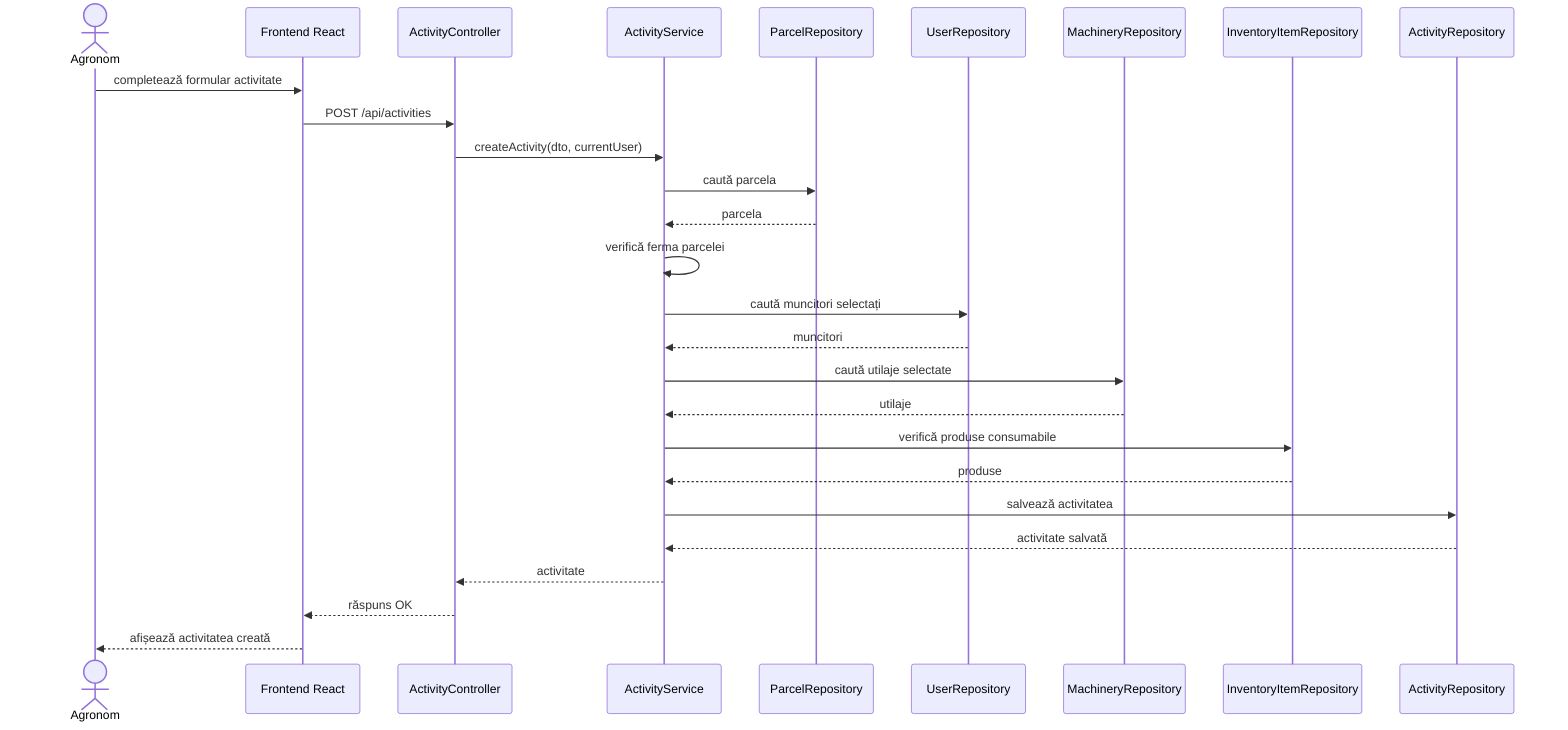
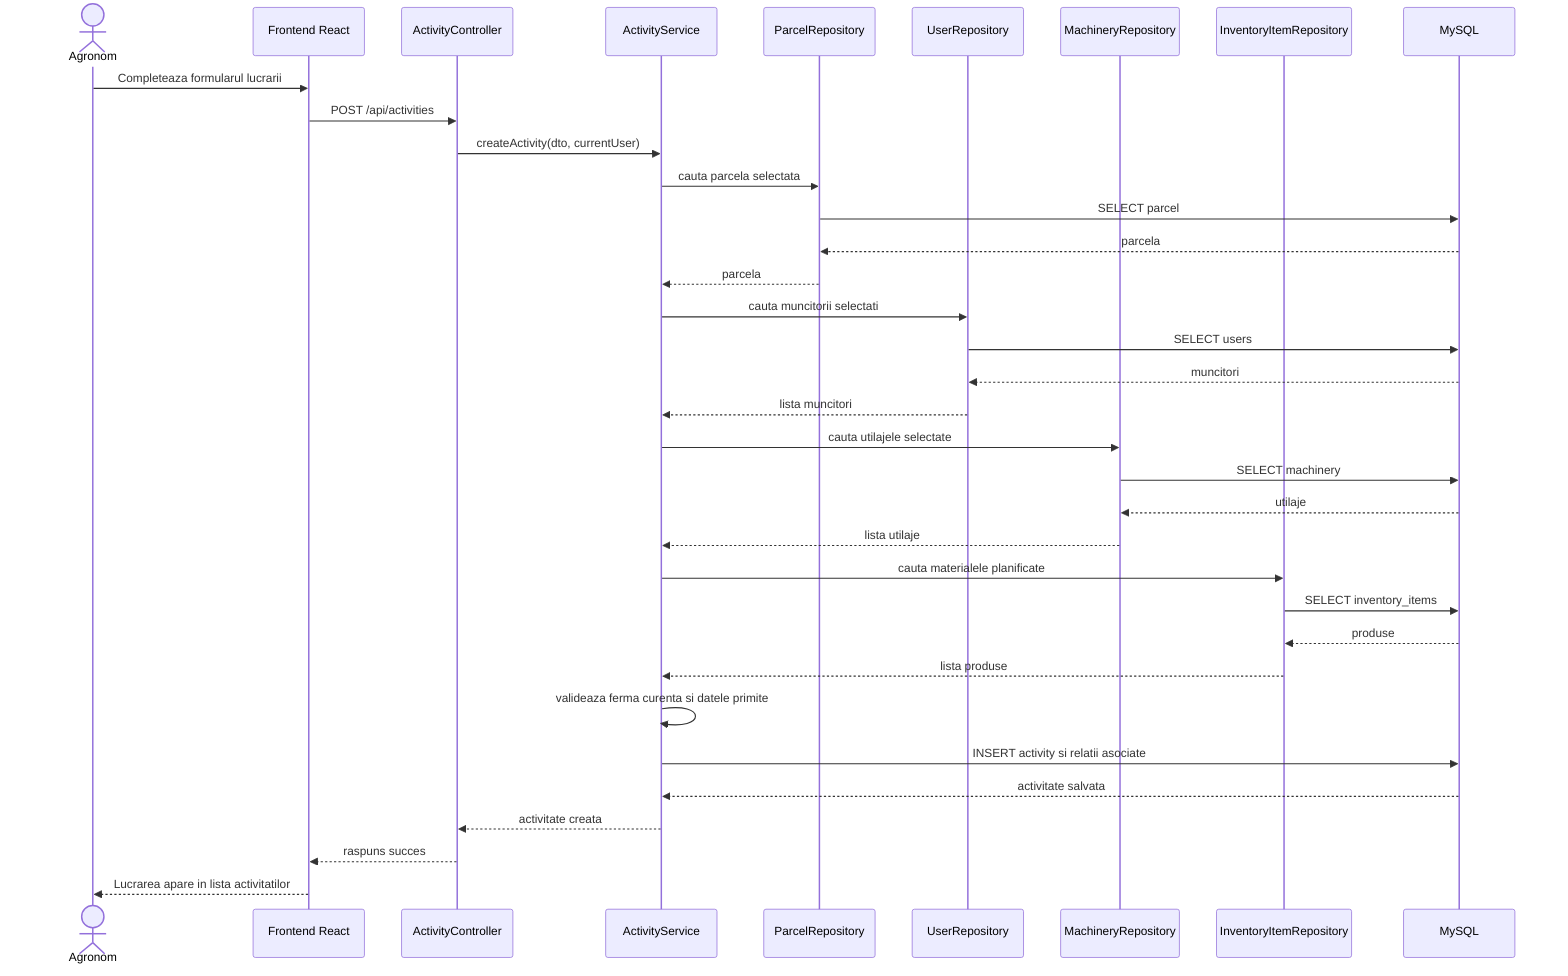
sequenceDiagram
-     actor Agronom
+     actor Agronom as Agronom
    participant UI as Frontend React
    participant API as ActivityController
    participant Service as ActivityService
    participant ParcelRepo as ParcelRepository
    participant UserRepo as UserRepository
-     participant MachineryRepo as MachineryRepository
-     participant InventoryRepo as InventoryItemRepository
-     participant ActivityRepo as ActivityRepository
+     participant MachRepo as MachineryRepository
+     participant InvRepo as InventoryItemRepository
+     participant DB as MySQL

-     Agronom->>UI: completează formular activitate
+     Agronom->>UI: Completeaza formularul lucrarii
    UI->>API: POST /api/activities
    API->>Service: createActivity(dto, currentUser)
-     Service->>ParcelRepo: caută parcela
+ 
+     Service->>ParcelRepo: cauta parcela selectata
+     ParcelRepo->>DB: SELECT parcel
+     DB-->>ParcelRepo: parcela
    ParcelRepo-->>Service: parcela
-     Service->>Service: verifică ferma parcelei
-     Service->>UserRepo: caută muncitori selectați
-     UserRepo-->>Service: muncitori
-     Service->>MachineryRepo: caută utilaje selectate
-     MachineryRepo-->>Service: utilaje
-     Service->>InventoryRepo: verifică produse consumabile
-     InventoryRepo-->>Service: produse
-     Service->>ActivityRepo: salvează activitatea
-     ActivityRepo-->>Service: activitate salvată
-     Service-->>API: activitate
-     API-->>UI: răspuns OK
-     UI-->>Agronom: afișează activitatea creată
+ 
+     Service->>UserRepo: cauta muncitorii selectati
+     UserRepo->>DB: SELECT users
+     DB-->>UserRepo: muncitori
+     UserRepo-->>Service: lista muncitori
+ 
+     Service->>MachRepo: cauta utilajele selectate
+     MachRepo->>DB: SELECT machinery
+     DB-->>MachRepo: utilaje
+     MachRepo-->>Service: lista utilaje
+ 
+     Service->>InvRepo: cauta materialele planificate
+     InvRepo->>DB: SELECT inventory_items
+     DB-->>InvRepo: produse
+     InvRepo-->>Service: lista produse
+ 
+     Service->>Service: valideaza ferma curenta si datele primite
+     Service->>DB: INSERT activity si relatii asociate
+     DB-->>Service: activitate salvata
+     Service-->>API: activitate creata
+     API-->>UI: raspuns succes
+     UI-->>Agronom: Lucrarea apare in lista activitatilor
